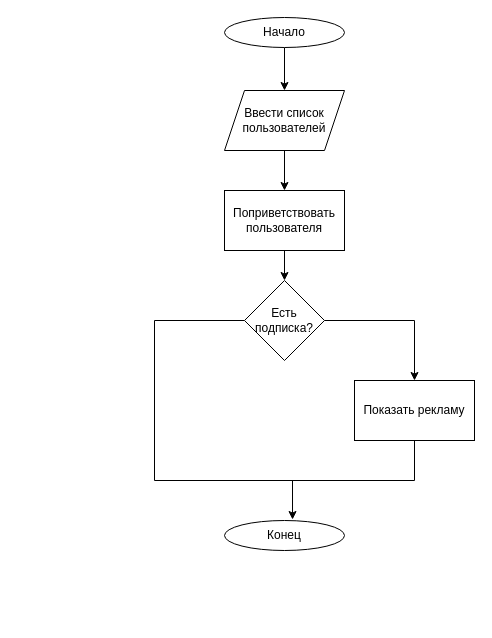
Before: Диаграмма без названия.drawio in AreURdy4TheRock/Module12, a draw.io diagram. Source tidied: cells renumbered, new cells numbered last; positions are measured from the earlier drawing's top-left corner, leaving out a move shared by most shapes. Both pictures are drawn from the tidied source at 100%, with x=0, y=0 at pixel (154, 17).
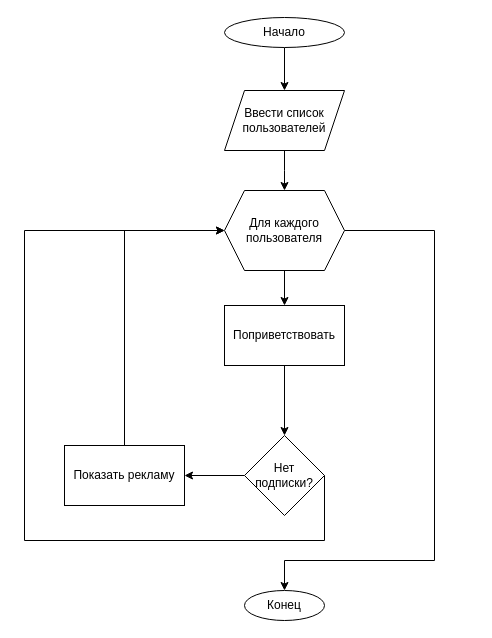
The same diagram, later.

Commit message:
Поправил цикл

Unchanged cells that the change refers to:
```xml
<mxCell id="5" value="Ввести список пользователей" style="shape=parallelogram;perimeter=parallelogramPerimeter;whiteSpace=wrap;html=1;fixedSize=1;" parent="1" vertex="1">
  <mxGeometry x="70" y="73" width="120" height="60" as="geometry" />
</mxCell>
```

Change to the diagram source:
```diff
@@
-    <mxCell id="4" style="edgeStyle=orthogonalEdgeStyle;rounded=0;jettySize=auto;html=1;" parent="1" edge="1" source="5" target="7">
-      <mxGeometry relative="1" as="geometry" />
+    <mxCell id="4" style="edgeStyle=orthogonalEdgeStyle;rounded=0;jettySize=auto;html=1;" parent="1" edge="1" source="5">
+      <mxGeometry relative="1" as="geometry">
+        <mxPoint x="130" y="173" as="targetPoint" />
+      </mxGeometry>
     </mxCell>
@@
-    <mxCell id="6" style="edgeStyle=orthogonalEdgeStyle;rounded=0;jettySize=auto;html=1;" parent="1" edge="1" source="7" target="10">
-      <mxGeometry relative="1" as="geometry" />
-    </mxCell>
-    <mxCell id="7" value="Поприветствовать пользователя" style="rounded=0;whiteSpace=wrap;html=1;" parent="1" vertex="1">
-      <mxGeometry x="70" y="173" width="120" height="60" as="geometry" />
-    </mxCell>
-    <mxCell id="8" style="edgeStyle=orthogonalEdgeStyle;rounded=0;jettySize=auto;html=1;" parent="1" edge="1" source="10" target="11">
-      <mxGeometry relative="1" as="geometry" />
-    </mxCell>
-    <mxCell id="9" style="edgeStyle=orthogonalEdgeStyle;rounded=0;jettySize=auto;html=1;exitX=0;exitY=0.5;exitDx=0;exitDy=0;entryX=0.567;entryY=-0.033;entryDx=0;entryDy=0;entryPerimeter=0;" parent="1" edge="1" source="10" target="12">
-      <mxGeometry relative="1" as="geometry">
-        <Array as="points">
-          <mxPoint y="303" />
-          <mxPoint y="463" />
-          <mxPoint x="138" y="463" />
-        </Array>
-      </mxGeometry>
-    </mxCell>
-    <mxCell id="10" value="Есть подписка?" style="rhombus;whiteSpace=wrap;html=1;" parent="1" vertex="1">
-      <mxGeometry x="90" y="263" width="80" height="80" as="geometry" />
-    </mxCell>
+    <mxCell id="14" style="edgeStyle=orthogonalEdgeStyle;rounded=0;jettySize=auto;html=1;" parent="1" edge="1" source="11" target="20">
+      <mxGeometry relative="1" as="geometry" />
+    </mxCell>
-    <mxCell id="11" value="Показать рекламу" style="whiteSpace=wrap;html=1;" parent="1" vertex="1">
-      <mxGeometry x="200" y="363" width="120" height="60" as="geometry" />
+    <mxCell id="11" value="Поприветствовать" style="whiteSpace=wrap;html=1;" parent="1" vertex="1">
+      <mxGeometry x="70" y="288" width="120" height="60" as="geometry" />
     </mxCell>
+    <mxCell id="15" style="edgeStyle=orthogonalEdgeStyle;rounded=0;jettySize=auto;html=1;" parent="1" edge="1" source="17" target="11">
+      <mxGeometry relative="1" as="geometry" />
+    </mxCell>
+    <mxCell id="16" style="edgeStyle=orthogonalEdgeStyle;rounded=0;jettySize=auto;html=1;" parent="1" edge="1" source="17" target="12">
+      <mxGeometry relative="1" as="geometry">
+        <Array as="points">
+          <mxPoint x="280" y="213" />
+          <mxPoint x="280" y="543" />
+          <mxPoint x="130" y="543" />
+        </Array>
+      </mxGeometry>
+    </mxCell>
+    <mxCell id="17" value="Для каждого пользователя" style="shape=hexagon;perimeter=hexagonPerimeter2;whiteSpace=wrap;html=1;fixedSize=1;" parent="1" vertex="1">
+      <mxGeometry x="70" y="173" width="120" height="80" as="geometry" />
+    </mxCell>
+    <mxCell id="18" style="edgeStyle=orthogonalEdgeStyle;rounded=0;jettySize=auto;html=1;" parent="1" edge="1" source="20" target="22">
+      <mxGeometry relative="1" as="geometry" />
+    </mxCell>
+    <mxCell id="19" style="edgeStyle=orthogonalEdgeStyle;rounded=0;jettySize=auto;html=1;exitX=1;exitY=0.5;exitDx=0;exitDy=0;entryX=0;entryY=0.5;entryDx=0;entryDy=0;" parent="1" edge="1" source="20" target="17">
+      <mxGeometry relative="1" as="geometry">
+        <Array as="points">
+          <mxPoint x="170" y="523" />
+          <mxPoint x="-130" y="523" />
+          <mxPoint x="-130" y="213" />
+        </Array>
+      </mxGeometry>
+    </mxCell>
+    <mxCell id="20" value="Нет подписки?" style="rhombus;whiteSpace=wrap;html=1;" parent="1" vertex="1">
+      <mxGeometry x="90" y="418" width="80" height="80" as="geometry" />
+    </mxCell>
+    <mxCell id="21" style="edgeStyle=orthogonalEdgeStyle;rounded=0;jettySize=auto;html=1;exitX=0.5;exitY=0;exitDx=0;exitDy=0;entryX=0;entryY=0.5;entryDx=0;entryDy=0;" parent="1" edge="1" source="22" target="17">
+      <mxGeometry relative="1" as="geometry" />
+    </mxCell>
+    <mxCell id="22" value="Показать рекламу" style="whiteSpace=wrap;html=1;" parent="1" vertex="1">
+      <mxGeometry x="-90" y="428" width="120" height="60" as="geometry" />
+    </mxCell>
     <mxCell id="12" value="Конец" style="ellipse;whiteSpace=wrap;html=1;" parent="1" vertex="1">
-      <mxGeometry x="70" y="503" width="120" height="30" as="geometry" />
+      <mxGeometry x="90" y="573" width="80" height="30" as="geometry" />
     </mxCell>
-    <mxCell id="13" style="endArrow=none;html=1;rounded=0;" parent="1" edge="1">
-      <mxGeometry relative="1" as="geometry">
-        <mxPoint x="130" y="463" as="sourcePoint" />
-        <mxPoint x="260" y="423" as="targetPoint" />
-        <Array as="points">
-          <mxPoint x="260" y="463" />
-        </Array>
-      </mxGeometry>
-    </mxCell>
```
